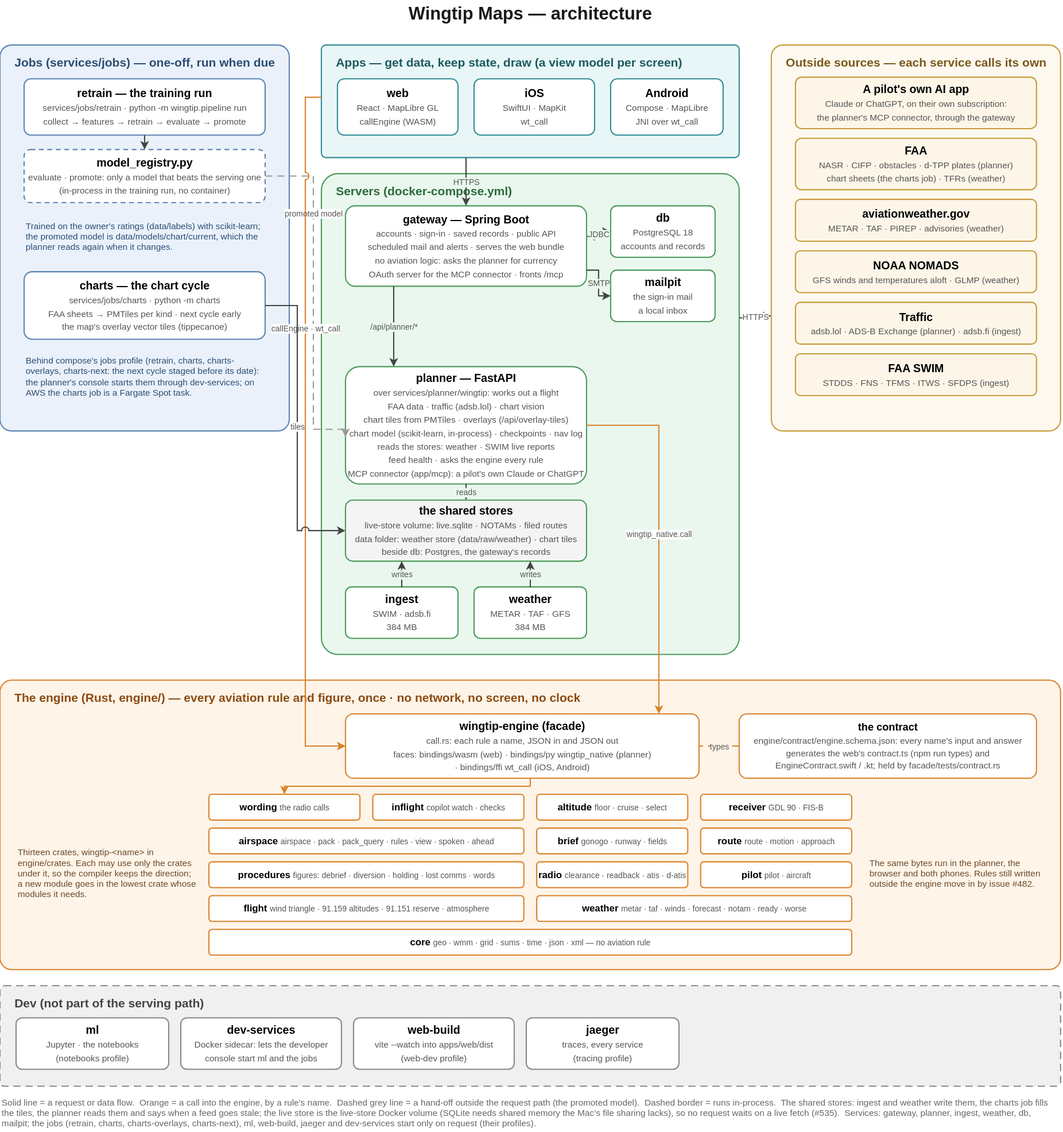
asdaq-samir/wingtip keeps this draw.io diagram as docs/architecture-current.svg. Above is the earlier version. Source tidied: cells renumbered, new cells last; positions are measured from the earlier drawing's top-left corner, leaving out a move shared by most shapes.
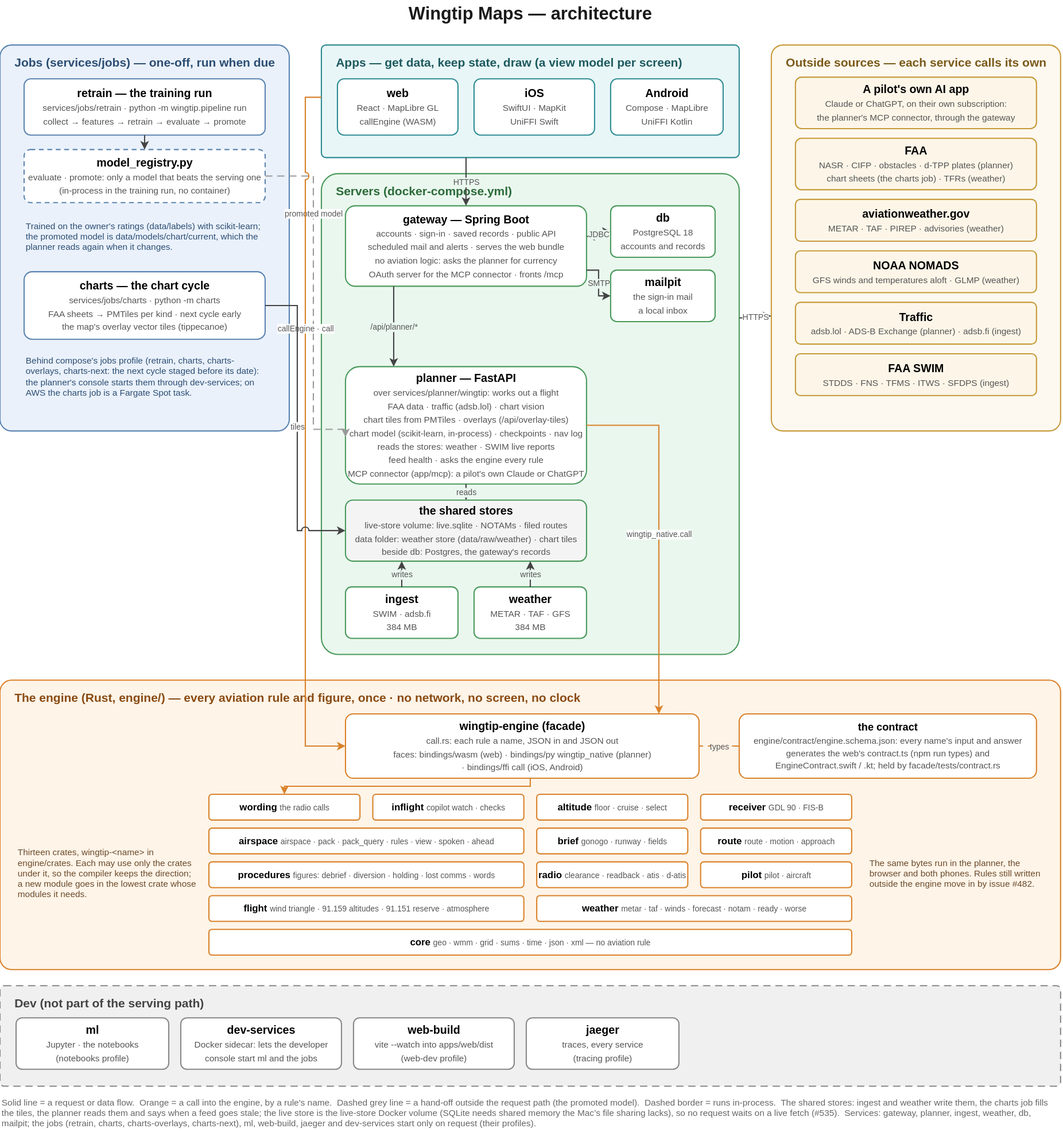
Above is the later version.

What changed in the source:
```diff
@@ -41,10 +41,10 @@
     <mxCell id="14" value="&lt;b&gt;web&lt;/b&gt;&lt;br&gt;&lt;span style=&quot;font-size:11px;color:#555555;&quot;&gt;React · MapLibre GL&lt;/span&gt;&lt;br&gt;&lt;span style=&quot;font-size:11px;color:#555555;&quot;&gt;callEngine (WASM)&lt;/span&gt;" style="rounded=1;arcSize=12;whiteSpace=wrap;html=1;fillColor=#FFFFFF;strokeColor=#2E8C93;strokeWidth=1.5;fontSize=14;" parent="1" vertex="1">
       <mxGeometry x="420" y="98" width="150" height="70" as="geometry" />
     </mxCell>
-    <mxCell id="15" value="&lt;b&gt;iOS&lt;/b&gt;&lt;br&gt;&lt;span style=&quot;font-size:11px;color:#555555;&quot;&gt;SwiftUI · MapKit&lt;/span&gt;&lt;br&gt;&lt;span style=&quot;font-size:11px;color:#555555;&quot;&gt;wt_call&lt;/span&gt;" style="rounded=1;arcSize=12;whiteSpace=wrap;html=1;fillColor=#FFFFFF;strokeColor=#2E8C93;strokeWidth=1.5;fontSize=14;" parent="1" vertex="1">
+    <mxCell id="15" value="&lt;b&gt;iOS&lt;/b&gt;&lt;br&gt;&lt;span style=&quot;font-size:11px;color:#555555;&quot;&gt;SwiftUI · MapKit&lt;/span&gt;&lt;br&gt;&lt;span style=&quot;font-size:11px;color:#555555;&quot;&gt;UniFFI Swift&lt;/span&gt;" style="rounded=1;arcSize=12;whiteSpace=wrap;html=1;fillColor=#FFFFFF;strokeColor=#2E8C93;strokeWidth=1.5;fontSize=14;" parent="1" vertex="1">
       <mxGeometry x="590" y="98" width="150" height="70" as="geometry" />
     </mxCell>
-    <mxCell id="16" value="&lt;b&gt;Android&lt;/b&gt;&lt;br&gt;&lt;span style=&quot;font-size:11px;color:#555555;&quot;&gt;Compose · MapLibre&lt;/span&gt;&lt;br&gt;&lt;span style=&quot;font-size:11px;color:#555555;&quot;&gt;JNI over wt_call&lt;/span&gt;" style="rounded=1;arcSize=12;whiteSpace=wrap;html=1;fillColor=#FFFFFF;strokeColor=#2E8C93;strokeWidth=1.5;fontSize=14;" parent="1" vertex="1">
+    <mxCell id="16" value="&lt;b&gt;Android&lt;/b&gt;&lt;br&gt;&lt;span style=&quot;font-size:11px;color:#555555;&quot;&gt;Compose · MapLibre&lt;/span&gt;&lt;br&gt;&lt;span style=&quot;font-size:11px;color:#555555;&quot;&gt;UniFFI Kotlin&lt;/span&gt;" style="rounded=1;arcSize=12;whiteSpace=wrap;html=1;fillColor=#FFFFFF;strokeColor=#2E8C93;strokeWidth=1.5;fontSize=14;" parent="1" vertex="1">
       <mxGeometry x="760" y="98" width="140" height="70" as="geometry" />
     </mxCell>
     <mxCell id="17" value="&lt;b&gt;gateway — Spring Boot&lt;/b&gt;&lt;br&gt;&lt;span style=&quot;font-size:11px;color:#555555;&quot;&gt;accounts · sign-in · saved records · public API&lt;/span&gt;&lt;br&gt;&lt;span style=&quot;font-size:11px;color:#555555;&quot;&gt;scheduled mail and alerts · serves the web bundle&lt;/span&gt;&lt;br&gt;&lt;span style=&quot;font-size:11px;color:#555555;&quot;&gt;no aviation logic: asks the planner for currency&lt;/span&gt;&lt;br&gt;&lt;span style=&quot;font-size:11px;color:#555555;&quot;&gt;OAuth server for the MCP connector · fronts /mcp&lt;/span&gt;" style="rounded=1;arcSize=12;whiteSpace=wrap;html=1;fillColor=#FFFFFF;strokeColor=#4A9A5C;strokeWidth=1.5;fontSize=14;" parent="1" vertex="1">
@@ -86,7 +86,7 @@
     <mxCell id="29" value="&lt;b&gt;FAA SWIM&lt;/b&gt;&lt;br&gt;&lt;span style=&quot;font-size:11px;color:#555555;&quot;&gt;STDDS · FNS · TFMS · ITWS · SFDPS (ingest)&lt;/span&gt;" style="rounded=1;arcSize=12;whiteSpace=wrap;html=1;fillColor=#FDF6E8;strokeColor=#C79A3A;strokeWidth=1.5;fontSize=14;" parent="1" vertex="1">
       <mxGeometry x="990" y="440" width="300" height="52" as="geometry" />
     </mxCell>
-    <mxCell id="30" value="&lt;b&gt;wingtip-engine (facade)&lt;/b&gt;&lt;br&gt;&lt;span style=&quot;font-size:11px;color:#555555;&quot;&gt;call.rs: each rule a name, JSON in and JSON out&lt;/span&gt;&lt;br&gt;&lt;span style=&quot;font-size:11px;color:#555555;&quot;&gt;faces: bindings/wasm (web) · bindings/py wingtip_native (planner)&lt;/span&gt;&lt;br&gt;&lt;span style=&quot;font-size:11px;color:#555555;&quot;&gt;· bindings/ffi wt_call (iOS, Android)&lt;/span&gt;" style="rounded=1;arcSize=12;whiteSpace=wrap;html=1;fillColor=#FFFFFF;strokeColor=#D9822B;strokeWidth=1.5;fontSize=14;" parent="1" vertex="1">
+    <mxCell id="30" value="&lt;b&gt;wingtip-engine (facade)&lt;/b&gt;&lt;br&gt;&lt;span style=&quot;font-size:11px;color:#555555;&quot;&gt;call.rs: each rule a name, JSON in and JSON out&lt;/span&gt;&lt;br&gt;&lt;span style=&quot;font-size:11px;color:#555555;&quot;&gt;faces: bindings/wasm (web) · bindings/py wingtip_native (planner)&lt;/span&gt;&lt;br&gt;&lt;span style=&quot;font-size:11px;color:#555555;&quot;&gt;· bindings/ffi call (iOS, Android)&lt;/span&gt;" style="rounded=1;arcSize=12;whiteSpace=wrap;html=1;fillColor=#FFFFFF;strokeColor=#D9822B;strokeWidth=1.5;fontSize=14;" parent="1" vertex="1">
       <mxGeometry x="430" y="888" width="440" height="80" as="geometry" />
     </mxCell>
     <mxCell id="31" value="&lt;b&gt;the contract&lt;/b&gt;&lt;br&gt;&lt;span style=&quot;font-size:11px;color:#555555;&quot;&gt;engine/contract/engine.schema.json: every name's input and answer&lt;/span&gt;&lt;br&gt;&lt;span style=&quot;font-size:11px;color:#555555;&quot;&gt;generates the web's contract.ts (npm run types) and&lt;/span&gt;&lt;br&gt;&lt;span style=&quot;font-size:11px;color:#555555;&quot;&gt;EngineContract.swift / .kt; held by facade/tests/contract.rs&lt;/span&gt;" style="rounded=1;arcSize=12;whiteSpace=wrap;html=1;fillColor=#FFFFFF;strokeColor=#D9822B;strokeWidth=1.5;fontSize=13;" parent="1" vertex="1">
@@ -163,7 +163,7 @@
     <mxCell id="53" value="HTTPS" style="edgeStyle=orthogonalEdgeStyle;rounded=0;html=1;jumpStyle=arc;jumpSize=8;strokeColor=#444444;strokeWidth=1.5;exitX=0.3462;exitY=1.0000;exitDx=0;exitDy=0;entryX=0.5000;entryY=0.0000;entryDx=0;entryDy=0;fontSize=10;fontColor=#555555;labelBackgroundColor=#EAF7EE;endArrow=classic;endFill=1;" parent="1" edge="1" source="4" target="17">
       <mxGeometry relative="1" as="geometry" />
     </mxCell>
-    <mxCell id="54" value="callEngine · wt_call" style="edgeStyle=orthogonalEdgeStyle;rounded=0;html=1;jumpStyle=arc;jumpSize=8;strokeColor=#D9822B;strokeWidth=1.5;exitX=0.0000;exitY=0.4643;exitDx=0;exitDy=0;entryX=0.0000;entryY=0.5000;entryDx=0;entryDy=0;fontSize=10;fontColor=#555555;labelBackgroundColor=#FFFFFF;endArrow=classic;endFill=1;" parent="1" edge="1" source="4" target="30">
+    <mxCell id="54" value="callEngine · call" style="edgeStyle=orthogonalEdgeStyle;rounded=0;html=1;jumpStyle=arc;jumpSize=8;strokeColor=#D9822B;strokeWidth=1.5;exitX=0.0000;exitY=0.4643;exitDx=0;exitDy=0;entryX=0.0000;entryY=0.5000;entryDx=0;entryDy=0;fontSize=10;fontColor=#555555;labelBackgroundColor=#FFFFFF;endArrow=classic;endFill=1;" parent="1" edge="1" source="4" target="30">
       <mxGeometry x="-0.3" relative="1" as="geometry">
         <Array as="points">
           <mxPoint x="380" y="121" />
```
